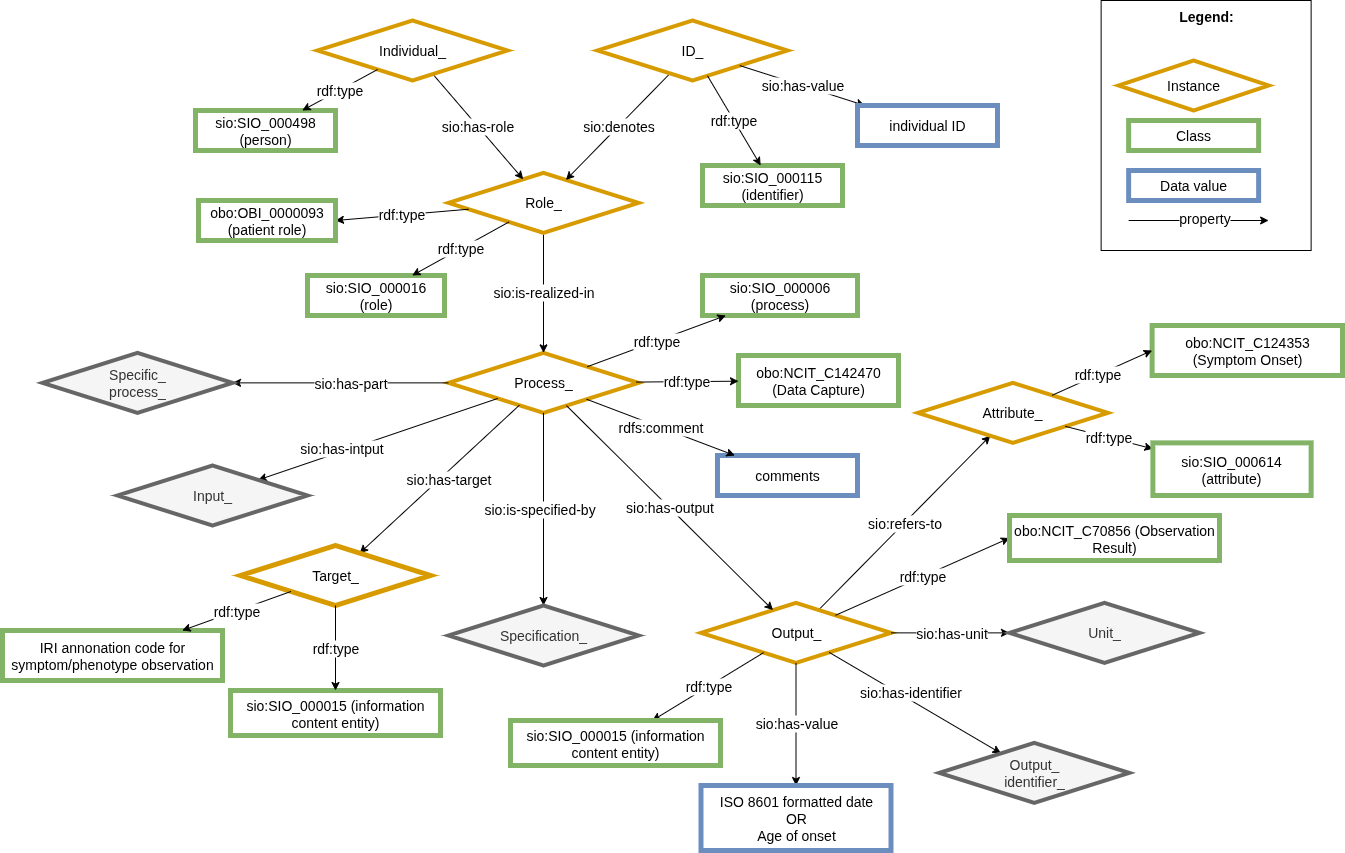
Before: images/CARE-SM-Symptoms_onset.drawio.png, a diagram exported from draw.io (CARE-SM/CARE-Semantic-Model). Source tidied: cells renumbered, new cells last; positions are measured from the earlier drawing's top-left corner, leaving out a move shared by most shapes.
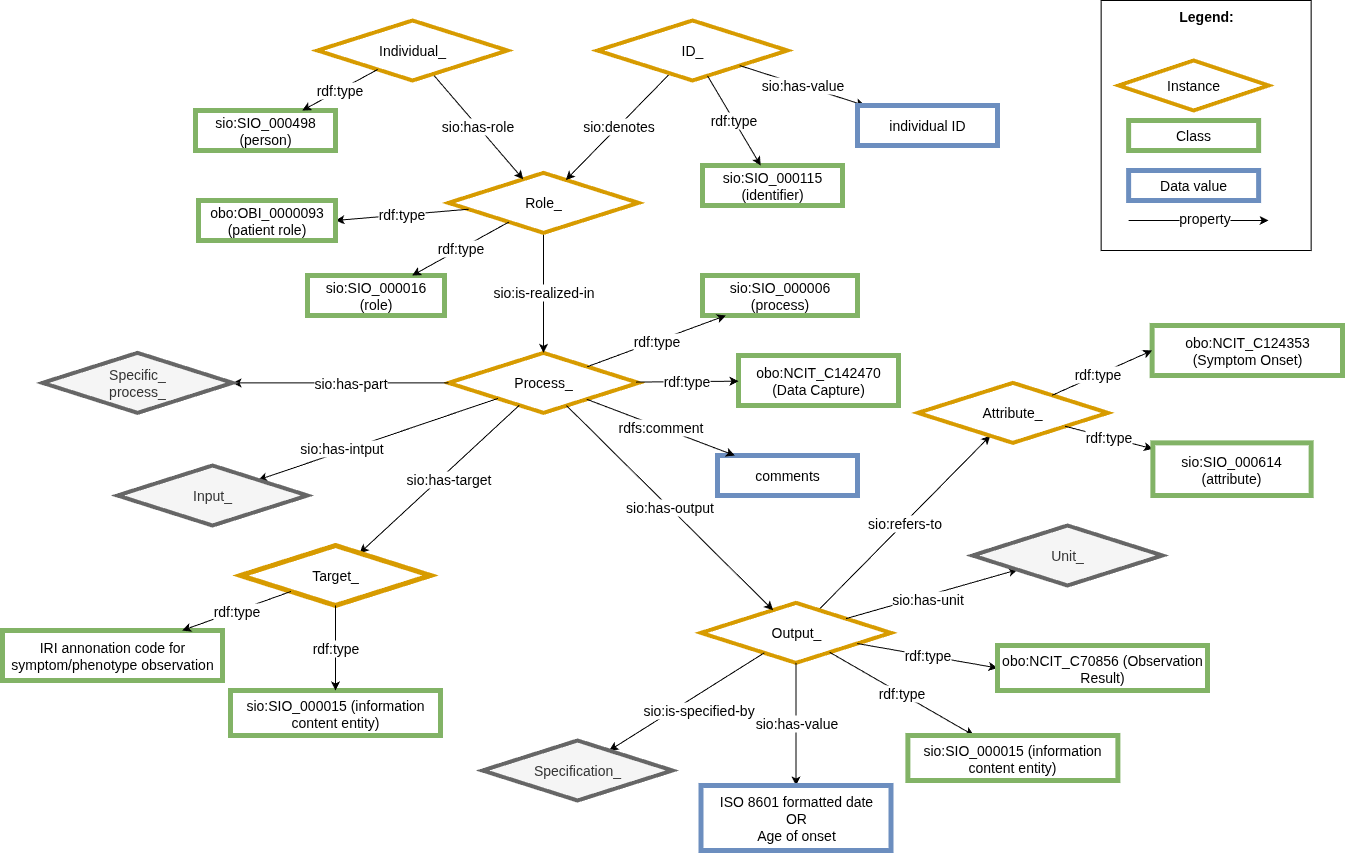
The same file after the commit.

What changed in the source:
```diff
@@ -21,7 +21,7 @@
       <mxGeometry relative="1" as="geometry" />
     </mxCell>
     <mxCell id="8" value="&lt;font style=&quot;font-size: 14px;&quot;&gt;sio:SIO_000015 (information content entity)&lt;/font&gt;" style="whiteSpace=wrap;html=1;fillColor=#FFFFFF;strokeColor=#82b366;strokeWidth=5;fontSize=14;" parent="1" vertex="1">
-      <mxGeometry x="508" y="720" width="210" height="45" as="geometry" />
+      <mxGeometry x="905.4" y="735" width="210" height="45" as="geometry" />
     </mxCell>
     <mxCell id="9" value="Role_" style="rhombus;whiteSpace=wrap;html=1;fillColor=#FFFFFF;strokeColor=#D79B00;perimeter=rhombusPerimeter;arcSize=20;comic=0;enumerate=0;strokeWidth=4;rounded=0;fontSize=14;" parent="1" vertex="1">
       <mxGeometry x="446" y="172.4" width="190" height="60" as="geometry" />
@@ -64,7 +64,7 @@
         <mxPoint x="-61" y="18" as="offset" />
       </mxGeometry>
     </mxCell>
-    <mxCell id="22" style="edgeStyle=none;rounded=0;jettySize=auto;html=1;strokeWidth=1;fontSize=14;" parent="1" edge="1" source="4" target="24">
+    <mxCell id="22" style="edgeStyle=none;rounded=0;jettySize=auto;html=1;strokeWidth=1;fontSize=14;" parent="1" edge="1" source="3" target="24">
       <mxGeometry relative="1" as="geometry" />
     </mxCell>
     <mxCell id="23" value="sio:is-specified-by" style="edgeLabel;html=1;align=center;verticalAlign=middle;fontSize=14;" parent="22" vertex="1">
@@ -73,7 +73,7 @@
       </mxGeometry>
     </mxCell>
     <mxCell id="24" value="Specification_" style="rhombus;whiteSpace=wrap;html=1;fillColor=#f5f5f5;strokeColor=#666666;perimeter=rhombusPerimeter;arcSize=20;comic=0;enumerate=0;strokeWidth=4;rounded=0;fontSize=14;fontColor=#333333;" parent="1" vertex="1">
-      <mxGeometry x="446" y="605" width="190" height="60" as="geometry" />
+      <mxGeometry x="480" y="740" width="190" height="60" as="geometry" />
     </mxCell>
     <mxCell id="25" value="Input_" style="rhombus;whiteSpace=wrap;html=1;fillColor=#f5f5f5;strokeColor=#666666;perimeter=rhombusPerimeter;arcSize=20;comic=0;enumerate=0;strokeWidth=4;rounded=0;fontSize=14;fontColor=#333333;" parent="1" vertex="1">
       <mxGeometry x="115" y="465" width="190" height="60" as="geometry" />
@@ -87,7 +87,7 @@
       </mxGeometry>
     </mxCell>
     <mxCell id="28" value="Unit_" style="rhombus;whiteSpace=wrap;html=1;fillColor=#f5f5f5;strokeColor=#666666;perimeter=rhombusPerimeter;arcSize=20;comic=0;enumerate=0;strokeWidth=4;rounded=0;fontSize=14;fontColor=#333333;" parent="1" vertex="1">
-      <mxGeometry x="1007" y="602.4" width="190" height="60" as="geometry" />
+      <mxGeometry x="970" y="525" width="190" height="60" as="geometry" />
     </mxCell>
     <mxCell id="29" value="&lt;div style=&quot;text-align: left; font-size: 14px;&quot;&gt;&lt;span style=&quot;background-color: initial; font-size: 14px;&quot;&gt;&lt;b style=&quot;font-size: 14px;&quot;&gt;&lt;font style=&quot;font-size: 14px;&quot;&gt;Legend:&lt;/font&gt;&lt;/b&gt;&lt;/span&gt;&lt;/div&gt;&lt;div style=&quot;text-align: left; font-size: 14px;&quot;&gt;&lt;span style=&quot;background-color: initial; font-size: 14px;&quot;&gt;&lt;br style=&quot;font-size: 14px;&quot;&gt;&lt;/span&gt;&lt;/div&gt;&lt;div style=&quot;text-align: left; font-size: 14px;&quot;&gt;&lt;span style=&quot;background-color: initial; font-size: 14px;&quot;&gt;&lt;br style=&quot;font-size: 14px;&quot;&gt;&lt;/span&gt;&lt;/div&gt;&lt;div style=&quot;text-align: left; font-size: 14px;&quot;&gt;&lt;span style=&quot;background-color: initial; font-size: 14px;&quot;&gt;&lt;br style=&quot;font-size: 14px;&quot;&gt;&lt;/span&gt;&lt;/div&gt;&lt;div style=&quot;text-align: left; font-size: 14px;&quot;&gt;&lt;br style=&quot;font-size: 14px;&quot;&gt;&lt;/div&gt;&lt;div style=&quot;text-align: left; font-size: 14px;&quot;&gt;&lt;br style=&quot;font-size: 14px;&quot;&gt;&lt;/div&gt;&lt;div style=&quot;text-align: left; font-size: 14px;&quot;&gt;&lt;br style=&quot;font-size: 14px;&quot;&gt;&lt;/div&gt;&lt;div style=&quot;text-align: left; font-size: 14px;&quot;&gt;&lt;br style=&quot;font-size: 14px;&quot;&gt;&lt;/div&gt;&lt;div style=&quot;text-align: left; font-size: 14px;&quot;&gt;&lt;br style=&quot;font-size: 14px;&quot;&gt;&lt;/div&gt;&lt;div style=&quot;text-align: left; font-size: 14px;&quot;&gt;&lt;span style=&quot;background-color: initial; font-size: 14px;&quot;&gt;&lt;br style=&quot;font-size: 14px;&quot;&gt;&lt;/span&gt;&lt;/div&gt;&lt;div style=&quot;text-align: left; font-size: 14px;&quot;&gt;&lt;span style=&quot;background-color: initial; font-size: 14px;&quot;&gt;&lt;br style=&quot;font-size: 14px;&quot;&gt;&lt;/span&gt;&lt;/div&gt;&lt;div style=&quot;text-align: left; font-size: 14px;&quot;&gt;&lt;span style=&quot;background-color: initial; font-size: 14px;&quot;&gt;&lt;br style=&quot;font-size: 14px;&quot;&gt;&lt;/span&gt;&lt;/div&gt;&lt;div style=&quot;text-align: left; font-size: 14px;&quot;&gt;&lt;span style=&quot;background-color: initial; font-size: 14px;&quot;&gt;&lt;br style=&quot;font-size: 14px;&quot;&gt;&lt;/span&gt;&lt;/div&gt;&lt;div style=&quot;text-align: left; font-size: 14px;&quot;&gt;&lt;span style=&quot;background-color: initial; font-size: 14px;&quot;&gt;&lt;br style=&quot;font-size: 14px;&quot;&gt;&lt;/span&gt;&lt;/div&gt;" style="rounded=0;whiteSpace=wrap;html=1;fontSize=14;" parent="1" vertex="1">
       <mxGeometry x="1098.6" width="210" height="250" as="geometry" />
@@ -132,17 +132,6 @@
     <mxCell id="40" value="Specific_&lt;div style=&quot;font-size: 14px;&quot;&gt;process_&lt;/div&gt;" style="rhombus;whiteSpace=wrap;html=1;fillColor=#f5f5f5;strokeColor=#666666;perimeter=rhombusPerimeter;arcSize=20;comic=0;enumerate=0;strokeWidth=4;rounded=0;fontSize=14;fontColor=#333333;" parent="1" vertex="1">
       <mxGeometry x="40" y="352.4" width="190" height="60" as="geometry" />
     </mxCell>
-    <mxCell id="41" style="edgeStyle=none;rounded=0;jettySize=auto;html=1;fontSize=14;" parent="1" edge="1" source="3" target="43">
-      <mxGeometry relative="1" as="geometry" />
-    </mxCell>
-    <mxCell id="42" value="sio:has-identifier" style="edgeLabel;html=1;align=center;verticalAlign=middle;fontSize=14;" parent="41" vertex="1">
-      <mxGeometry x="-0.21" y="-1" relative="1" as="geometry">
-        <mxPoint x="13" y="-1" as="offset" />
-      </mxGeometry>
-    </mxCell>
-    <mxCell id="43" value="Output_&lt;div style=&quot;font-size: 14px;&quot;&gt;identifier_&lt;/div&gt;" style="rhombus;whiteSpace=wrap;html=1;fillColor=#f5f5f5;strokeColor=#666666;perimeter=rhombusPerimeter;arcSize=20;comic=0;enumerate=0;strokeWidth=4;rounded=0;fontSize=14;fontColor=#333333;" parent="1" vertex="1">
-      <mxGeometry x="936.8" y="742.4" width="190" height="60" as="geometry" />
-    </mxCell>
     <mxCell id="44" value="rdf:type" style="edgeStyle=none;rounded=0;jettySize=auto;html=1;fontSize=14;" parent="1" edge="1" source="9" target="17">
       <mxGeometry relative="1" as="geometry" />
     </mxCell>
@@ -153,7 +142,7 @@
       <mxGeometry relative="1" as="geometry" />
     </mxCell>
     <mxCell id="47" value="obo:NCIT_C70856 (Observation Result)" style="whiteSpace=wrap;html=1;fillColor=#FFFFFF;strokeColor=#82b366;strokeWidth=5;fontSize=14;" parent="1" vertex="1">
-      <mxGeometry x="1007" y="515" width="210" height="45" as="geometry" />
+      <mxGeometry x="995" y="645" width="210" height="45" as="geometry" />
     </mxCell>
     <mxCell id="48" value="&lt;span style=&quot;background-color: initial; font-size: 14px;&quot;&gt;&lt;div style=&quot;font-size: 14px;&quot;&gt;&lt;span style=&quot;background-color: initial; color: light-dark(rgb(0, 0, 0), rgb(255, 255, 255));&quot;&gt;obo:NCIT_C124353&lt;/span&gt;&lt;/div&gt;&lt;div style=&quot;font-size: 14px;&quot;&gt;(Symptom Onset&lt;span style=&quot;background-color: initial; color: light-dark(rgb(0, 0, 0), rgb(255, 255, 255));&quot;&gt;)&lt;/span&gt;&lt;/div&gt;&lt;/span&gt;" style="whiteSpace=wrap;html=1;fillColor=#FFFFFF;strokeColor=#82b366;strokeWidth=5;fontSize=14;" parent="1" vertex="1">
       <mxGeometry x="1149.6" y="325" width="190.4" height="50" as="geometry" />
```
